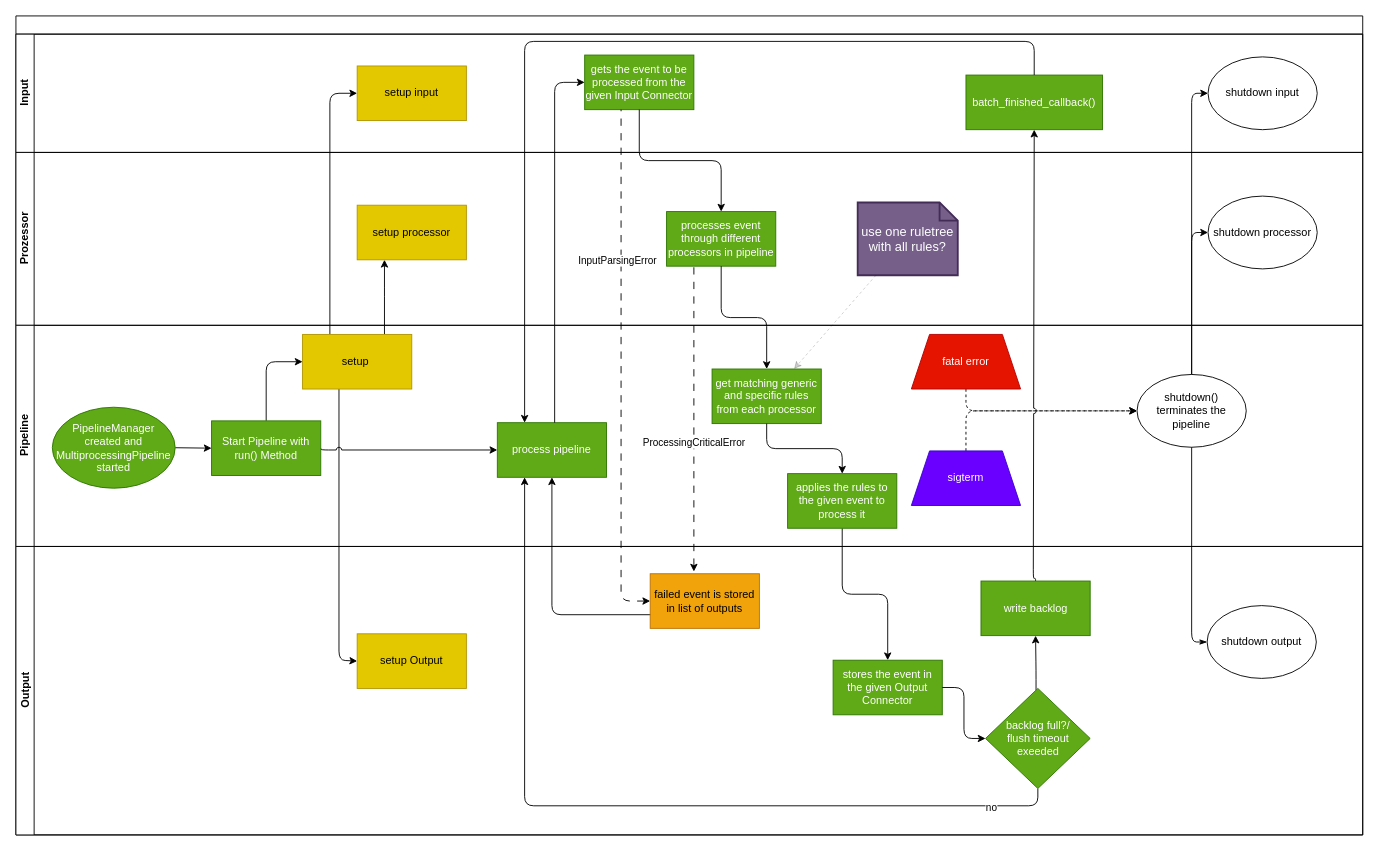
fkie-cad/Logprep keeps this draw.io diagram as doc/source/development/architecture/diagramms/pipeline.drawio. Above is the earlier version. Source tidied: cells renumbered, new cells numbered last; positions are measured from the earlier drawing's top-left corner, leaving out a move shared by most shapes. Both pictures are drawn from the tidied source at 91%, with x=0, y=0 at pixel (15, 15).
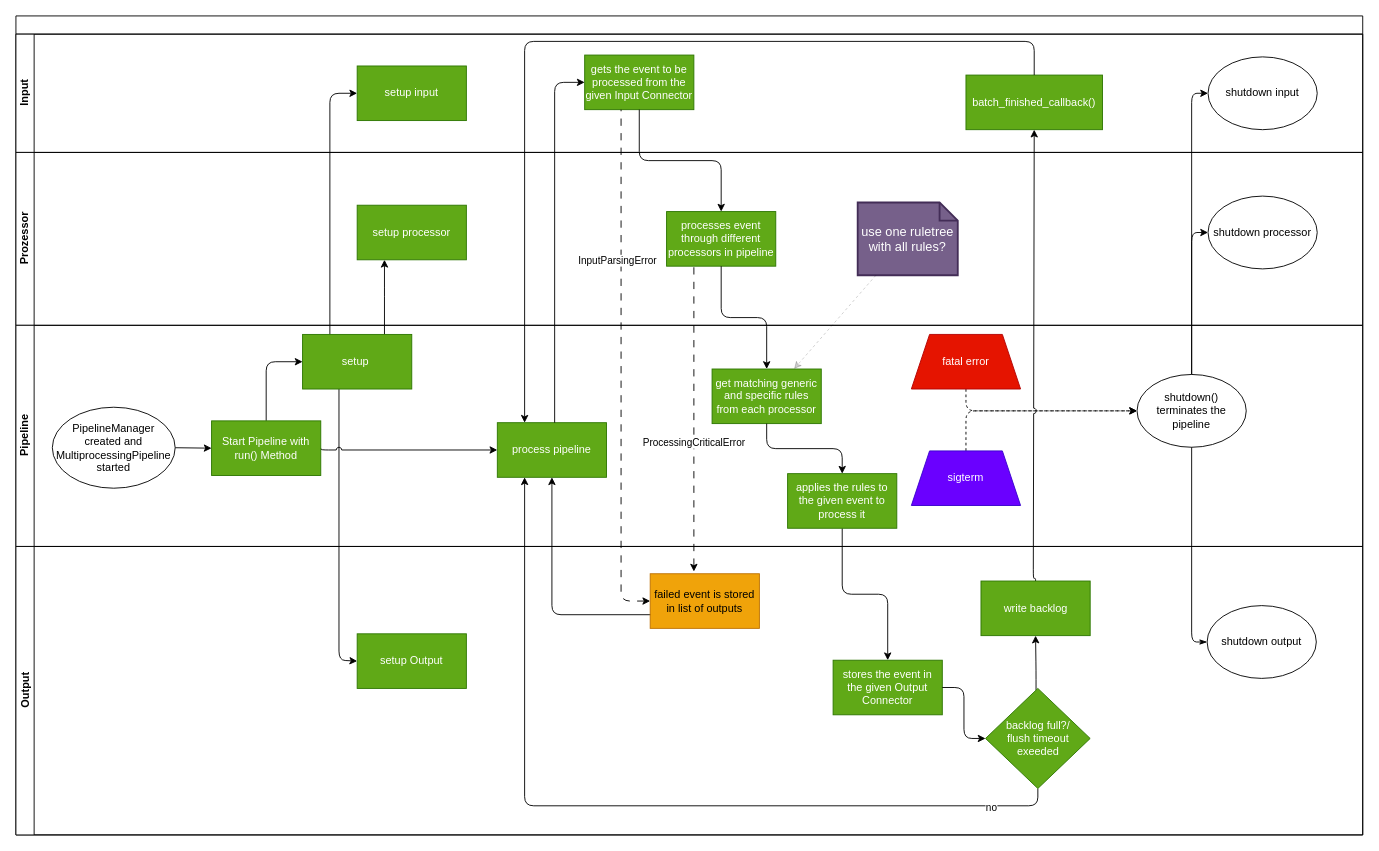
Above is the later version.

The change refers to these unchanged cells:
```xml
<mxCell id="4" value="Input" style="swimlane;startSize=20;horizontal=0;html=1;" parent="2" vertex="1">
  <mxGeometry y="20" width="1480" height="130" as="geometry" />
</mxCell>
<mxCell id="9" value="Prozessor" style="swimlane;startSize=20;horizontal=0;html=1;" parent="2" vertex="1">
  <mxGeometry y="150" width="1480" height="190" as="geometry" />
</mxCell>
<mxCell id="26" value="Pipeline" style="swimlane;startSize=20;horizontal=0;html=1;" parent="2" vertex="1">
  <mxGeometry y="340" width="1480" height="243" as="geometry" />
</mxCell>
<mxCell id="39" value="Output" style="swimlane;startSize=20;horizontal=0;html=1;" parent="2" vertex="1">
  <mxGeometry y="583" width="1480" height="317" as="geometry" />
</mxCell>
```

Diff of the diagram source:
```diff
@@
-    <mxCell id="6" value="setup input" style="whiteSpace=wrap;html=1;fillColor=#e3c800;strokeColor=#B09500;fontColor=#000000;rounded=0;" parent="4" vertex="1">
+    <mxCell id="6" value="setup input" style="whiteSpace=wrap;html=1;fillColor=#60a917;strokeColor=#2D7600;fontColor=#ffffff;rounded=0;" parent="4" vertex="1">
       <mxGeometry x="375" y="35" width="120" height="60" as="geometry" />
     </mxCell>
@@
-    <mxCell id="11" value="setup processor" style="whiteSpace=wrap;html=1;fillColor=#e3c800;strokeColor=#B09500;fontColor=#000000;rounded=0;" parent="9" vertex="1">
+    <mxCell id="11" value="setup processor" style="whiteSpace=wrap;html=1;fillColor=#60a917;strokeColor=#2D7600;fontColor=#ffffff;rounded=0;" parent="9" vertex="1">
       <mxGeometry x="375" y="58" width="120" height="60" as="geometry" />
     </mxCell>
@@
-    <mxCell id="28" value="PipelineManager created and MultiprocessingPipeline started" style="ellipse;whiteSpace=wrap;html=1;rounded=1;shadow=0;glass=0;sketch=0;fillColor=#60a917;fontColor=#ffffff;strokeColor=#2D7600;" parent="26" vertex="1">
+    <mxCell id="28" value="PipelineManager created and MultiprocessingPipeline started" style="ellipse;whiteSpace=wrap;html=1;rounded=1;shadow=0;glass=0;sketch=0;" parent="26" vertex="1">
       <mxGeometry x="40" y="90" width="135" height="89" as="geometry" />
     </mxCell>
@@
-    <mxCell id="32" value="setup&amp;nbsp;" style="whiteSpace=wrap;html=1;fillColor=#e3c800;strokeColor=#B09500;fontColor=#000000;rounded=0;" parent="26" vertex="1">
+    <mxCell id="32" value="setup&amp;nbsp;" style="whiteSpace=wrap;html=1;fillColor=#60a917;strokeColor=#2D7600;fontColor=#ffffff;rounded=0;" parent="26" vertex="1">
       <mxGeometry x="315" y="10" width="120" height="60" as="geometry" />
     </mxCell>
@@
-    <mxCell id="44" value="setup Output" style="whiteSpace=wrap;html=1;fillColor=#e3c800;strokeColor=#B09500;fontColor=#000000;rounded=0;" parent="39" vertex="1">
+    <mxCell id="44" value="setup Output" style="whiteSpace=wrap;html=1;fillColor=#60a917;strokeColor=#2D7600;fontColor=#ffffff;rounded=0;" parent="39" vertex="1">
       <mxGeometry x="375" y="96" width="120" height="60" as="geometry" />
     </mxCell>
```
